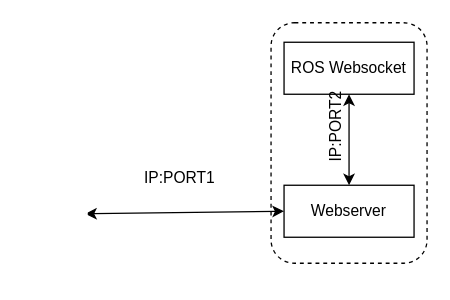
Earlier version of the draw.io diagram thesis_software.drawio (PranavShevkar/MastersThesis). Source tidied: cells renumbered, new cells numbered last; positions are measured from the earlier drawing's top-left corner, leaving out a move shared by most shapes. Both pictures are drawn from the tidied source at 130%, with x=0, y=0 at pixel (23, 22).
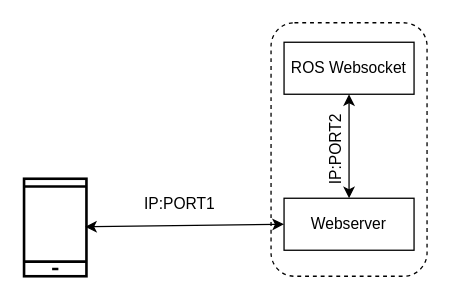
The same diagram, later.

The edit, as a diff of the source:
```diff
@@
 <mxGraphModel>
   <root>
     <mxCell id="0" />
     <mxCell id="1" parent="0" />
     <mxCell id="2" style="rounded=1;whiteSpace=wrap;html=1;strokeColor=default;fontFamily=Helvetica;fontSize=12;fontColor=default;fillColor=none;dashed=1;" parent="1" vertex="1">
-      <mxGeometry x="190" width="120" height="185" as="geometry" />
+      <mxGeometry x="190" width="120" height="195" as="geometry" />
     </mxCell>
     <mxCell id="3" style="endArrow=classic;startArrow=classic;html=1;rounded=0;fontFamily=Helvetica;fontSize=12;fontColor=default;exitX=0.979;exitY=0.493;exitDx=0;exitDy=0;entryX=0;entryY=0.5;entryDx=0;entryDy=0;exitPerimeter=0;" parent="1" edge="1" source="5" target="8">
       <mxGeometry relative="1" as="geometry" />
     </mxCell>
     <mxCell id="4" value="ROS Websocket" style="rounded=0;whiteSpace=wrap;html=1;strokeColor=default;fontFamily=Helvetica;fontSize=12;fontColor=default;fillColor=none;" parent="1" vertex="1">
       <mxGeometry x="200" y="15" width="100" height="40" as="geometry" />
     </mxCell>
-    <mxCell id="5" style="html=1;verticalLabelPosition=bottom;align=center;labelBackgroundColor=#ffffff;verticalAlign=top;strokeWidth=2;shadow=0;dashed=0;shape=mxgraph.ios7.icons.smartphone;rounded=1;fontFamily=Helvetica;fontSize=12;fillColor=none;strokeColor=#FFFFFF;" parent="1" vertex="1">
-      <mxGeometry y="110" width="48" height="75" as="geometry" />
+    <mxCell id="5" style="html=1;verticalLabelPosition=bottom;align=center;labelBackgroundColor=#ffffff;verticalAlign=middle;strokeWidth=2;shadow=0;shape=mxgraph.ios7.icons.smartphone;rounded=1;fontFamily=Helvetica;fontSize=12;fillColor=none;strokeColor=default;" parent="1" vertex="1">
+      <mxGeometry y="120" width="48" height="75" as="geometry" />
     </mxCell>
     <mxCell id="6" value="IP:PORT1" style="text;html=1;strokeColor=none;fillColor=none;align=center;verticalAlign=middle;whiteSpace=wrap;rounded=0;fontSize=12;fontFamily=Helvetica;fontColor=default;" parent="1" vertex="1">
-      <mxGeometry x="90" y="105" width="60" height="30" as="geometry" />
+      <mxGeometry x="90" y="125" width="60" height="30" as="geometry" />
     </mxCell>
     <mxCell id="7" value="IP:PORT2" style="text;html=1;strokeColor=none;fillColor=none;align=center;verticalAlign=middle;whiteSpace=wrap;rounded=0;fontSize=12;fontFamily=Helvetica;fontColor=default;rotation=-90;" parent="1" vertex="1">
-      <mxGeometry x="210" y="65" width="60" height="30" as="geometry" />
+      <mxGeometry x="210" y="82.5" width="60" height="30" as="geometry" />
     </mxCell>
     <mxCell id="8" value="Webserver" style="rounded=0;whiteSpace=wrap;html=1;strokeColor=default;fontFamily=Helvetica;fontSize=12;fontColor=default;fillColor=none;" parent="1" vertex="1">
-      <mxGeometry x="200" y="125" width="100" height="40" as="geometry" />
+      <mxGeometry x="200" y="135" width="100" height="40" as="geometry" />
     </mxCell>
     <mxCell id="9" style="endArrow=classic;startArrow=classic;html=1;rounded=0;fontFamily=Helvetica;fontSize=12;fontColor=default;entryX=0.5;entryY=1;entryDx=0;entryDy=0;exitX=0.5;exitY=0;exitDx=0;exitDy=0;" parent="1" edge="1" source="8" target="4">
       <mxGeometry relative="1" as="geometry" />
     </mxCell>
   </root>
 </mxGraphModel>
```
